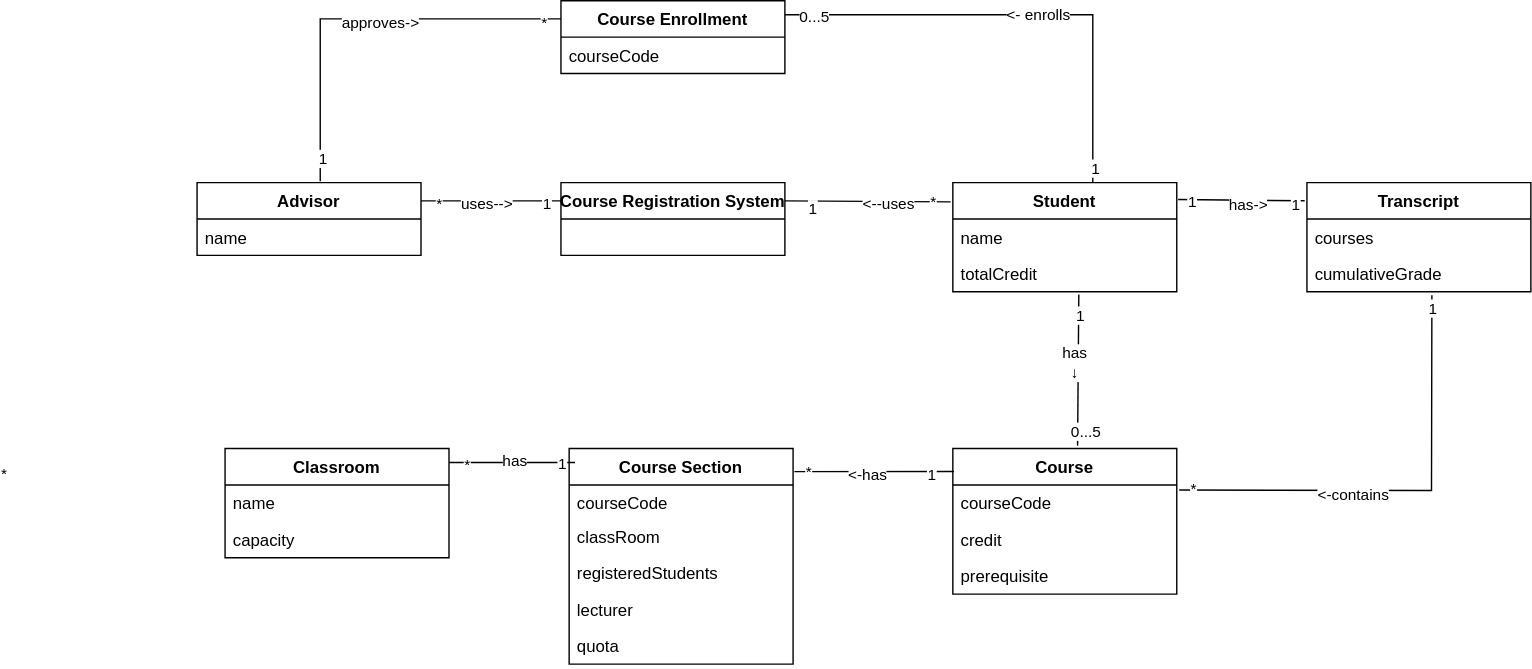
The draw.io diagram Iteration 1/domain_model.svg in Atlioglu/CSE3063GRP12, before a commit. Source tidied: cells renumbered, new cells last; positions are measured from the earlier drawing's top-left corner, leaving out a move shared by most shapes.
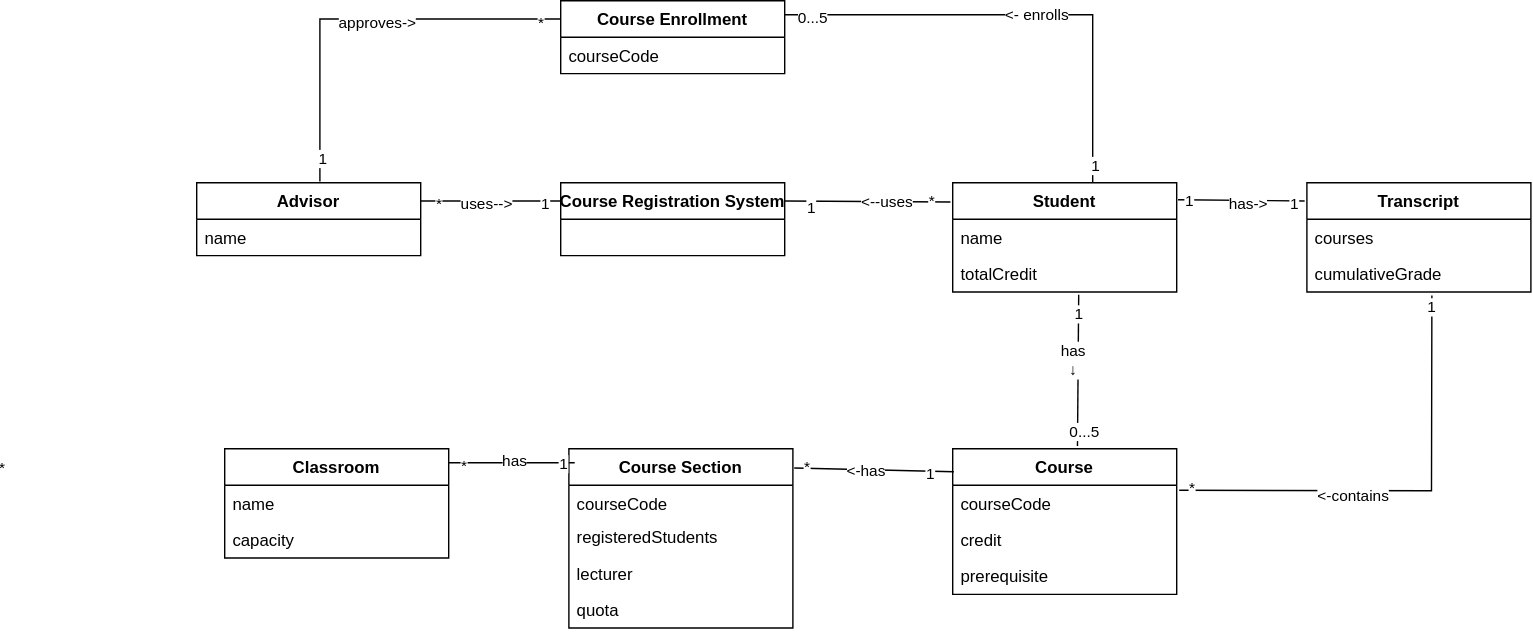
Above is the later version.

Commit message:
Refactor: updating domain model diagram

Classroom attribute removed from course section

Change to the diagram source:
```diff
@@ -131,22 +131,19 @@
       </mxGeometry>
     </mxCell>
     <mxCell id="38" value="Course Section" style="swimlane;fontStyle=1;horizontal=1;startSize=26;" parent="1" vertex="1">
-      <mxGeometry x="265.8" y="320" width="160" height="154" as="geometry" />
+      <mxGeometry x="265.8" y="320" width="160" height="128" as="geometry" />
     </mxCell>
     <mxCell id="39" value="courseCode" style="text;strokeColor=none;fillColor=none;align=left;verticalAlign=top;spacingLeft=4;spacingRight=4;overflow=hidden;" parent="38" vertex="1">
       <mxGeometry y="26" width="160" height="24" as="geometry" />
     </mxCell>
-    <mxCell id="40" value="classRoom&#10;" style="text;strokeColor=none;fillColor=none;align=left;verticalAlign=top;spacingLeft=4;spacingRight=4;overflow=hidden;" parent="38" vertex="1">
-      <mxGeometry y="50" width="160" height="26" as="geometry" />
-    </mxCell>
     <mxCell id="41" value="registeredStudents" style="text;strokeColor=none;fillColor=none;align=left;verticalAlign=top;spacingLeft=4;spacingRight=4;overflow=hidden;" parent="38" vertex="1">
-      <mxGeometry y="76" width="160" height="26" as="geometry" />
+      <mxGeometry y="50" width="160" height="26" as="geometry" />
     </mxCell>
     <mxCell id="42" value="lecturer" style="text;strokeColor=none;fillColor=none;align=left;verticalAlign=top;spacingLeft=4;spacingRight=4;overflow=hidden;" parent="38" vertex="1">
-      <mxGeometry y="102" width="160" height="26" as="geometry" />
+      <mxGeometry y="76" width="160" height="26" as="geometry" />
     </mxCell>
     <mxCell id="43" value="quota" style="text;strokeColor=none;fillColor=none;align=left;verticalAlign=top;spacingLeft=4;spacingRight=4;overflow=hidden;" parent="38" vertex="1">
-      <mxGeometry y="128" width="160" height="26" as="geometry" />
+      <mxGeometry y="102" width="160" height="26" as="geometry" />
     </mxCell>
     <mxCell id="44" value="Classroom" style="swimlane;fontStyle=1;horizontal=1;startSize=26;" parent="1" vertex="1">
       <mxGeometry x="20" y="320" width="160" height="78" as="geometry" />
```
